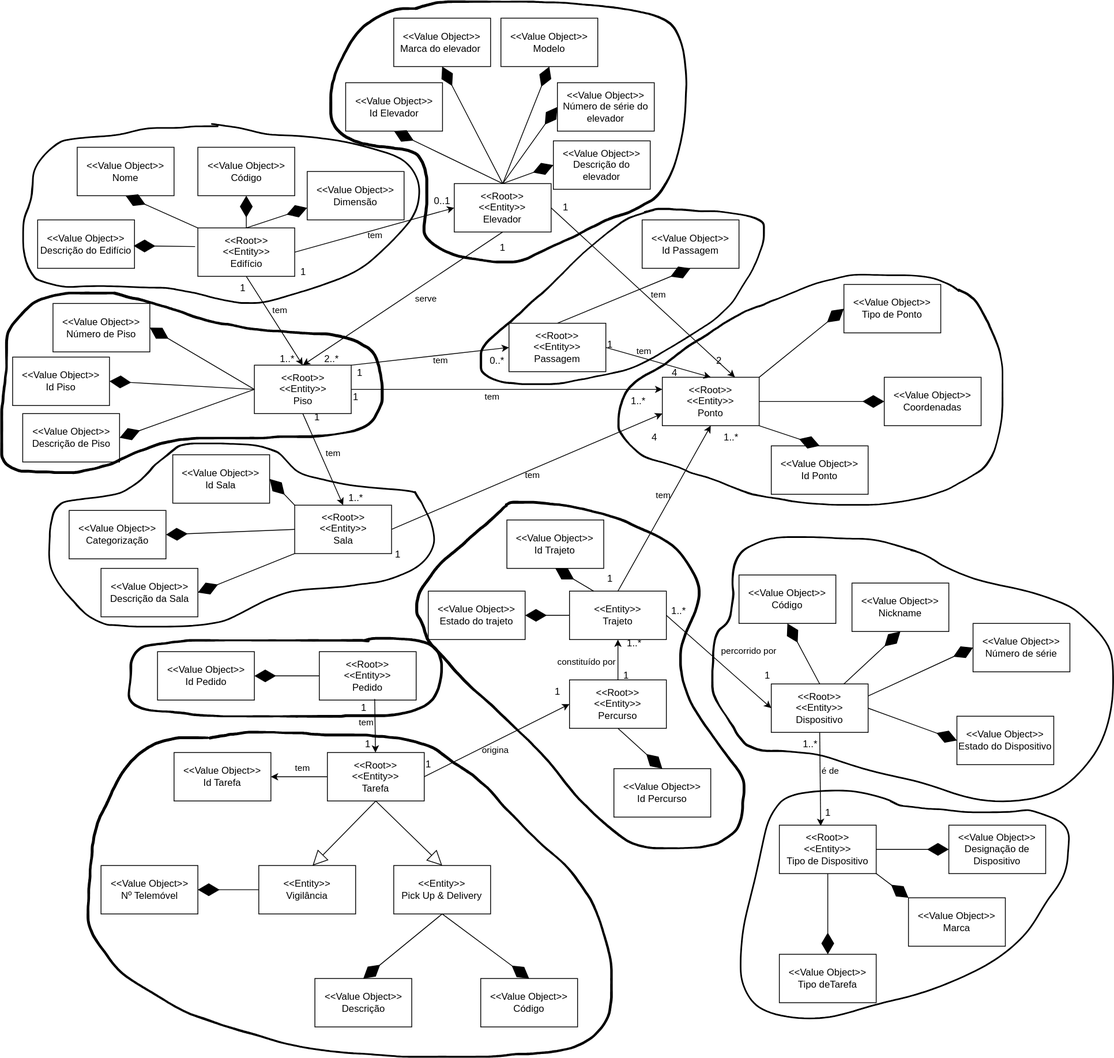
SEM5PI2324G58/sem5pi_g58_23_24 keeps this draw.io diagram as docs/DM/DM.svg. Above is the earlier version. Source tidied: cells renumbered, new cells last; positions are measured from the earlier drawing's top-left corner, leaving out a move shared by most shapes.
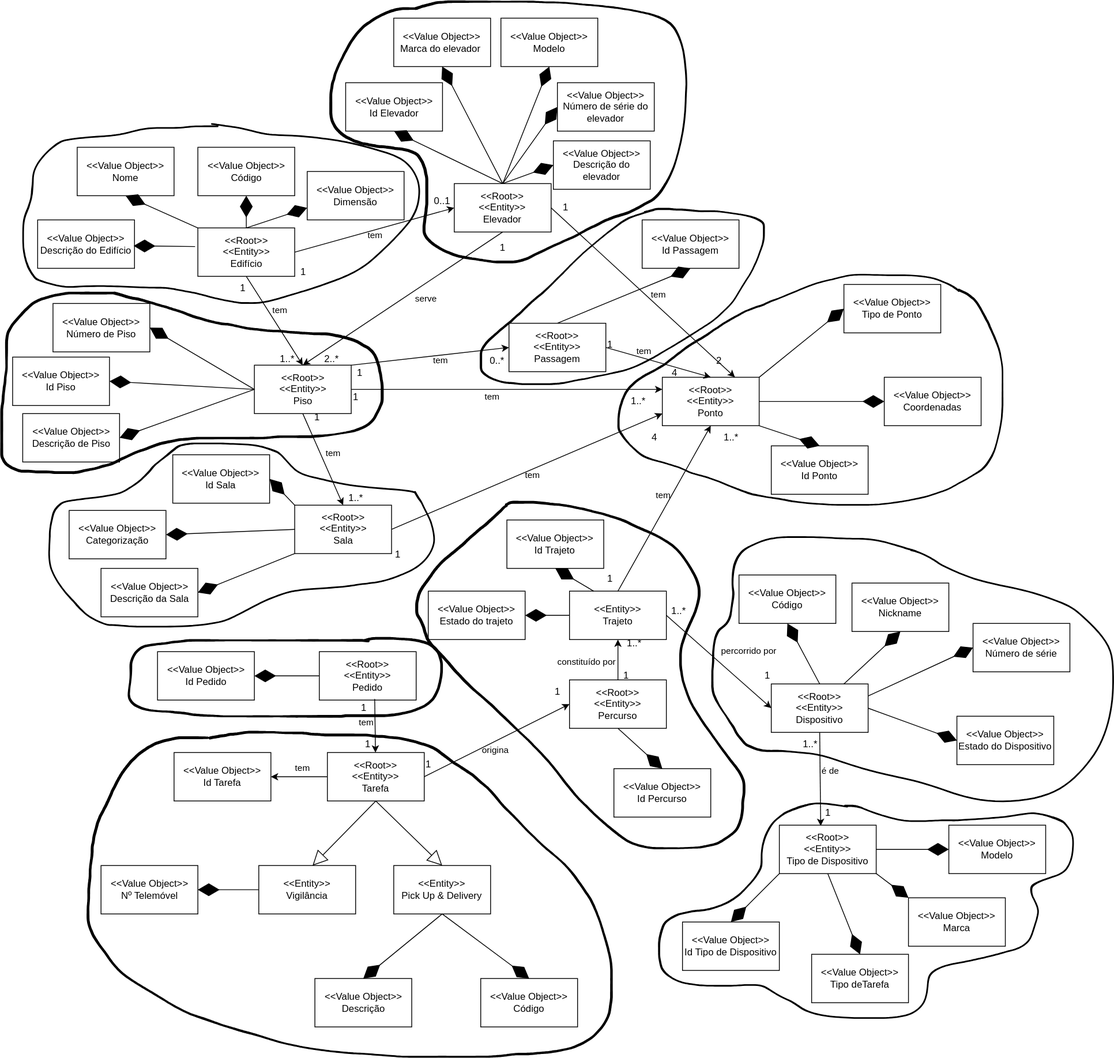
The same file after the commit.

Commit message:
Criação de Id e Modelo para Tipo de Dispositivo no DM

What changed in the source:
```diff
@@ -6,7 +6,7 @@
       <mxGeometry x="320" y="1072" width="120" height="60" as="geometry" />
     </mxCell>
     <mxCell id="3" value="&amp;lt;&amp;lt;Value Object&amp;gt;&amp;gt;&lt;br style=&quot;border-color: var(--border-color);&quot;&gt;Tipo deTarefa" style="rounded=0;whiteSpace=wrap;html=1;" parent="1" vertex="1">
-      <mxGeometry x="965" y="1182" width="120" height="60" as="geometry" />
+      <mxGeometry x="1005" y="1182" width="120" height="60" as="geometry" />
     </mxCell>
     <mxCell id="4" value="&amp;lt;&amp;lt;Root&amp;gt;&amp;gt;&lt;br&gt;&amp;lt;&amp;lt;Entity&amp;gt;&amp;gt;&lt;br&gt;Pedido" style="rounded=0;whiteSpace=wrap;html=1;" parent="1" vertex="1">
       <mxGeometry x="395" y="807" width="120" height="60" as="geometry" />
@@ -162,7 +162,7 @@
     <mxCell id="49" value="1" style="text;html=1;align=center;verticalAlign=middle;strokeColor=none;fillColor=none;" parent="1" vertex="1">
       <mxGeometry x="935" y="822" width="30" height="30" as="geometry" />
     </mxCell>
-    <mxCell id="50" value="&amp;lt;&amp;lt;Value Object&amp;gt;&amp;gt;&lt;br style=&quot;border-color: var(--border-color);&quot;&gt;Designação de Dispositivo" style="rounded=0;whiteSpace=wrap;html=1;" parent="1" vertex="1">
+    <mxCell id="50" value="&amp;lt;&amp;lt;Value Object&amp;gt;&amp;gt;&lt;br style=&quot;border-color: var(--border-color);&quot;&gt;Modelo" style="rounded=0;whiteSpace=wrap;html=1;" parent="1" vertex="1">
       <mxGeometry x="1175" y="1022" width="120" height="60" as="geometry" />
     </mxCell>
     <mxCell id="51" value="&amp;lt;&amp;lt;Value Object&amp;gt;&amp;gt;&lt;br&gt;Estado do trajeto" style="rounded=0;whiteSpace=wrap;html=1;" parent="1" vertex="1">
@@ -175,11 +175,7 @@
       <mxGeometry relative="1" as="geometry" />
     </mxCell>
     <mxCell id="54" style="endArrow=diamondThin;endFill=1;endSize=24;html=1;rounded=0;entryX=0.5;entryY=0;entryDx=0;entryDy=0;exitX=0.5;exitY=1;exitDx=0;exitDy=0;" parent="1" edge="1" source="16" target="3">
-      <mxGeometry relative="1" as="geometry">
-        <Array as="points">
-          <mxPoint x="1025" y="1142" />
-        </Array>
-      </mxGeometry>
+      <mxGeometry relative="1" as="geometry" />
     </mxCell>
     <mxCell id="55" style="endArrow=diamondThin;endFill=1;endSize=24;html=1;rounded=0;exitX=0;exitY=0.5;exitDx=0;exitDy=0;entryX=1;entryY=0.5;entryDx=0;entryDy=0;" parent="1" edge="1" source="7" target="51">
       <mxGeometry relative="1" as="geometry" />
@@ -428,9 +424,6 @@
     <mxCell id="133" style="shape=(stored shape, 7992 characters);lineShape=1;" parent="1" vertex="1">
       <mxGeometry x="881.1" y="664.5" width="497.9" height="328.5" as="geometry" />
     </mxCell>
-    <mxCell id="134" style="shape=(stored shape, 5324 characters);lineShape=1;" parent="1" vertex="1">
-      <mxGeometry x="916.5" y="978.6" width="407.8" height="283.4" as="geometry" />
-    </mxCell>
     <mxCell id="135" value="1" style="text;html=1;align=center;verticalAlign=middle;strokeColor=none;fillColor=none;" parent="1" vertex="1">
       <mxGeometry x="425" y="477" width="30" height="30" as="geometry" />
     </mxCell>
@@ -493,5 +486,14 @@
     <mxCell id="154" style="shape=(stored shape, 12228 characters);lineShape=1;" parent="1" vertex="1">
       <mxGeometry x="407.9" y="0.5" width="442.5" height="324.9" as="geometry" />
     </mxCell>
+    <mxCell id="155" style="endArrow=diamondThin;endFill=1;endSize=24;html=1;rounded=0;exitX=0;exitY=1;exitDx=0;exitDy=0;entryX=0.5;entryY=0;entryDx=0;entryDy=0;" parent="1" edge="1" source="16" target="156">
+      <mxGeometry relative="1" as="geometry" />
+    </mxCell>
+    <mxCell id="156" value="&amp;lt;&amp;lt;Value Object&amp;gt;&amp;gt;&lt;br style=&quot;border-color: var(--border-color);&quot;&gt;Id Tipo de Dispositivo" style="rounded=0;whiteSpace=wrap;html=1;" parent="1" vertex="1">
+      <mxGeometry x="845" y="1142" width="120" height="60" as="geometry" />
+    </mxCell>
+    <mxCell id="157" style="shape=(stored shape, 11132 characters);lineShape=1;" parent="1" vertex="1">
+      <mxGeometry x="815.2" y="994.5" width="514.3" height="267" as="geometry" />
+    </mxCell>
   </root>
 </mxGraphModel>
```
